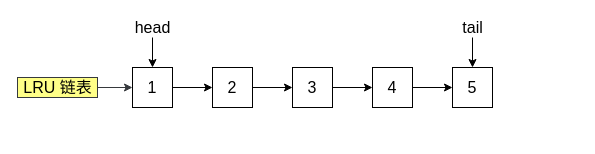
Earlier version of the draw.io diagram mysql/innodb/lru.drawio (xiaolincoder/ImageHost4). Source tidied: cells renumbered, new cells numbered last; positions are measured from the earlier drawing's top-left corner, leaving out a move shared by most shapes. Both pictures are drawn from the tidied source at 100%, with x=0, y=0 at pixel (17, 17).
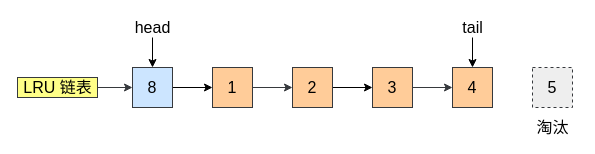
The same diagram, later.

The edit, as a diff of the source:
```diff
@@
-    <mxCell id="3" value="1" style="rounded=0;whiteSpace=wrap;html=1;fontSize=16;" parent="1" vertex="1">
+    <mxCell id="3" value="8" style="rounded=0;whiteSpace=wrap;html=1;fontSize=16;fillColor=#cce5ff;strokeColor=#36393d;" parent="1" vertex="1">
       <mxGeometry x="115" y="50" width="40" height="40" as="geometry" />
     </mxCell>
-    <mxCell id="4" style="edgeStyle=orthogonalEdgeStyle;rounded=0;jettySize=auto;html=1;entryX=0;entryY=0.5;entryDx=0;entryDy=0;fontSize=16;" parent="1" edge="1" source="5" target="7">
+    <mxCell id="4" style="edgeStyle=orthogonalEdgeStyle;rounded=0;jettySize=auto;html=1;entryX=0;entryY=0.5;entryDx=0;entryDy=0;fontSize=16;fillColor=#ffcc99;strokeColor=#36393d;" parent="1" edge="1" source="5" target="7">
       <mxGeometry relative="1" as="geometry" />
     </mxCell>
-    <mxCell id="5" value="2" style="rounded=0;whiteSpace=wrap;html=1;fontSize=16;" parent="1" vertex="1">
+    <mxCell id="5" value="1" style="rounded=0;whiteSpace=wrap;html=1;fontSize=16;fillColor=#ffcc99;strokeColor=#36393d;" parent="1" vertex="1">
       <mxGeometry x="195" y="50" width="40" height="40" as="geometry" />
     </mxCell>
@@
-    <mxCell id="7" value="3" style="rounded=0;whiteSpace=wrap;html=1;fontSize=16;" parent="1" vertex="1">
+    <mxCell id="7" value="2" style="rounded=0;whiteSpace=wrap;html=1;fontSize=16;fillColor=#ffcc99;strokeColor=#36393d;" parent="1" vertex="1">
       <mxGeometry x="275" y="50" width="40" height="40" as="geometry" />
     </mxCell>
-    <mxCell id="8" style="edgeStyle=orthogonalEdgeStyle;rounded=0;jettySize=auto;html=1;entryX=0;entryY=0.5;entryDx=0;entryDy=0;fontSize=16;" parent="1" edge="1" source="9" target="10">
+    <mxCell id="8" style="edgeStyle=orthogonalEdgeStyle;rounded=0;jettySize=auto;html=1;entryX=0;entryY=0.5;entryDx=0;entryDy=0;fontSize=16;fillColor=#ffcc99;strokeColor=#36393d;" parent="1" edge="1" source="9" target="10">
       <mxGeometry relative="1" as="geometry" />
     </mxCell>
-    <mxCell id="9" value="4" style="rounded=0;whiteSpace=wrap;html=1;fontSize=16;" parent="1" vertex="1">
+    <mxCell id="9" value="3" style="rounded=0;whiteSpace=wrap;html=1;fontSize=16;fillColor=#ffcc99;strokeColor=#36393d;" parent="1" vertex="1">
       <mxGeometry x="355" y="50" width="40" height="40" as="geometry" />
     </mxCell>
-    <mxCell id="10" value="5" style="rounded=0;whiteSpace=wrap;html=1;fontSize=16;" parent="1" vertex="1">
+    <mxCell id="10" value="4" style="rounded=0;whiteSpace=wrap;html=1;fontSize=16;fillColor=#ffcc99;strokeColor=#36393d;" parent="1" vertex="1">
       <mxGeometry x="435" y="50" width="40" height="40" as="geometry" />
     </mxCell>
@@
+    <mxCell id="17" value="5" style="rounded=0;whiteSpace=wrap;html=1;fontSize=16;fillColor=#eeeeee;strokeColor=#36393d;dashed=1;" parent="1" vertex="1">
+      <mxGeometry x="515" y="50" width="40" height="40" as="geometry" />
+    </mxCell>
+    <mxCell id="18" value="淘汰" style="text;html=1;align=center;verticalAlign=middle;strokeColor=none;fillColor=none;fontSize=16;" parent="1" vertex="1">
+      <mxGeometry x="510" y="100" width="50" height="20" as="geometry" />
+    </mxCell>
```
